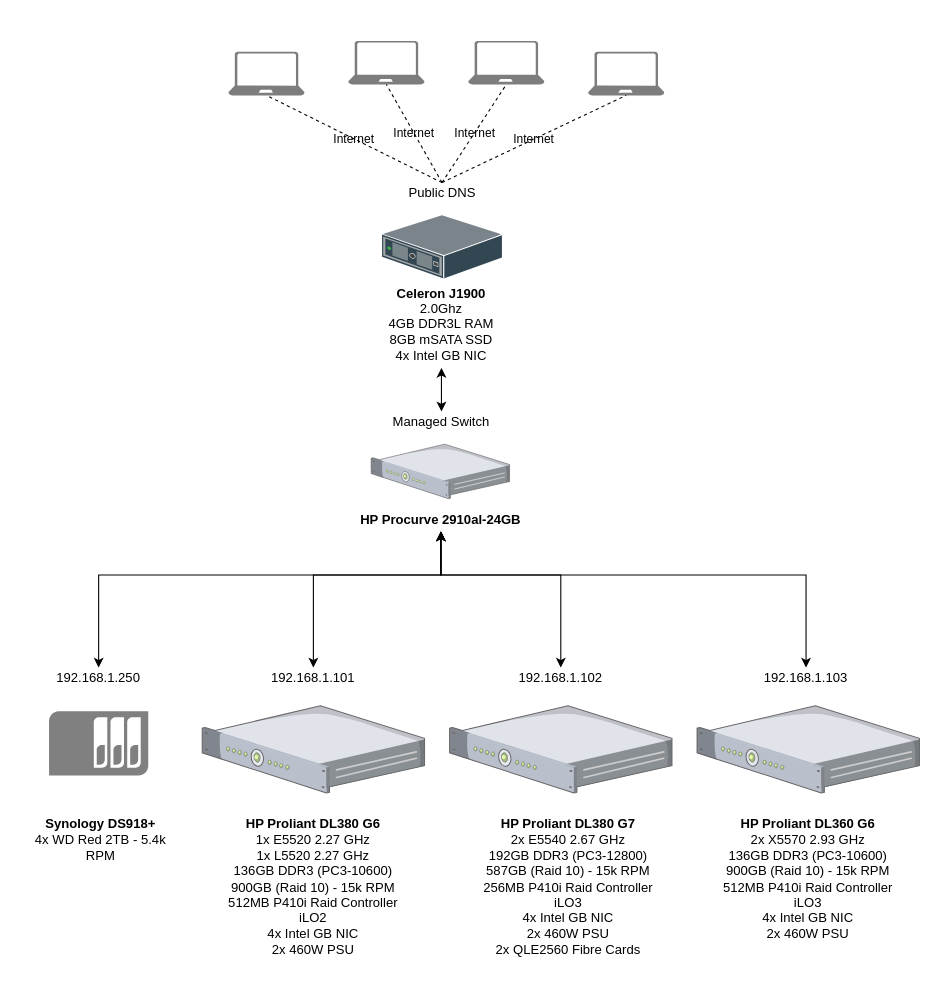
This is documentation/images/homelab-architecture.drawio from 831jsh/homelab, a draw.io file, before an edit. Source tidied: cells renumbered, new cells numbered last; positions are measured from the earlier drawing's top-left corner, leaving out a move shared by most shapes. Both pictures are drawn from the tidied source at 109%, with x=0, y=0 at pixel (19, 40).
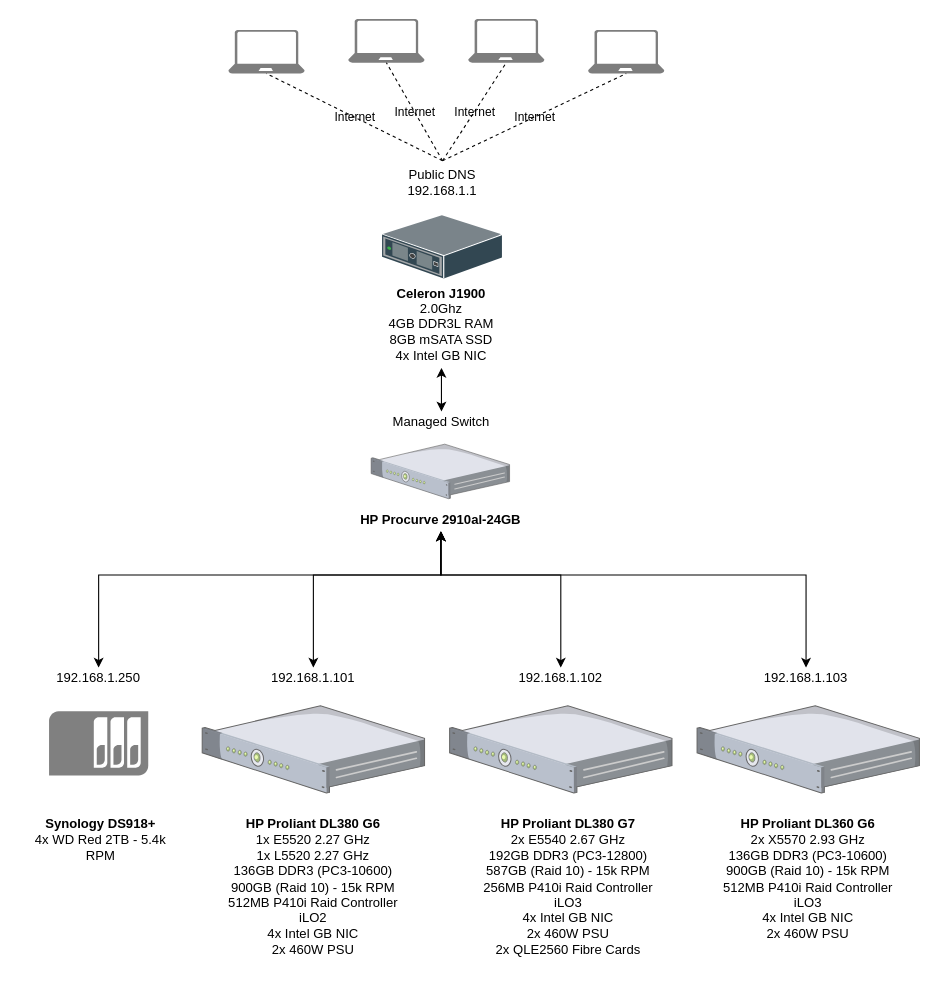
Above is the later version.

The edit, as a diff of the source:
```diff
@@
     <mxCell id="23" style="shadow=0;dashed=0;html=1;strokeColor=none;labelPosition=center;verticalLabelPosition=bottom;verticalAlign=top;align=center;shape=mxgraph.azure.laptop;fillColor=#7D7D7D;" parent="1" vertex="1">
-      <mxGeometry x="192" y="10" width="70" height="40" as="geometry" />
+      <mxGeometry x="192" y="-10" width="70" height="40" as="geometry" />
     </mxCell>
     <mxCell id="24" style="shadow=0;dashed=0;html=1;strokeColor=none;labelPosition=center;verticalLabelPosition=bottom;verticalAlign=top;align=center;shape=mxgraph.azure.laptop;fillColor=#7D7D7D;" parent="1" vertex="1">
-      <mxGeometry x="302" width="70" height="40" as="geometry" />
+      <mxGeometry x="302" y="-20" width="70" height="40" as="geometry" />
     </mxCell>
     <mxCell id="25" style="shadow=0;dashed=0;html=1;strokeColor=none;labelPosition=center;verticalLabelPosition=bottom;verticalAlign=top;align=center;shape=mxgraph.azure.laptop;fillColor=#7D7D7D;" parent="1" vertex="1">
-      <mxGeometry x="412" width="70" height="40" as="geometry" />
+      <mxGeometry x="412" y="-20" width="70" height="40" as="geometry" />
     </mxCell>
     <mxCell id="26" style="shadow=0;dashed=0;html=1;strokeColor=none;labelPosition=center;verticalLabelPosition=bottom;verticalAlign=top;align=center;shape=mxgraph.azure.laptop;fillColor=#7D7D7D;" parent="1" vertex="1">
-      <mxGeometry x="522" y="10" width="70" height="40" as="geometry" />
+      <mxGeometry x="522" y="-10" width="70" height="40" as="geometry" />
     </mxCell>
-    <mxCell id="27" value="Public DNS" style="text;html=1;strokeColor=none;fillColor=none;align=center;verticalAlign=middle;whiteSpace=wrap;rounded=0;" parent="1" vertex="1">
-      <mxGeometry x="323.5" y="130" width="129" height="20" as="geometry" />
+    <mxCell id="27" value="Public DNS&lt;br&gt;192.168.1.1&lt;br&gt;" style="text;html=1;strokeColor=none;fillColor=none;align=center;verticalAlign=middle;whiteSpace=wrap;rounded=0;" parent="1" vertex="1">
+      <mxGeometry x="324" y="110" width="129" height="40" as="geometry" />
     </mxCell>
```
